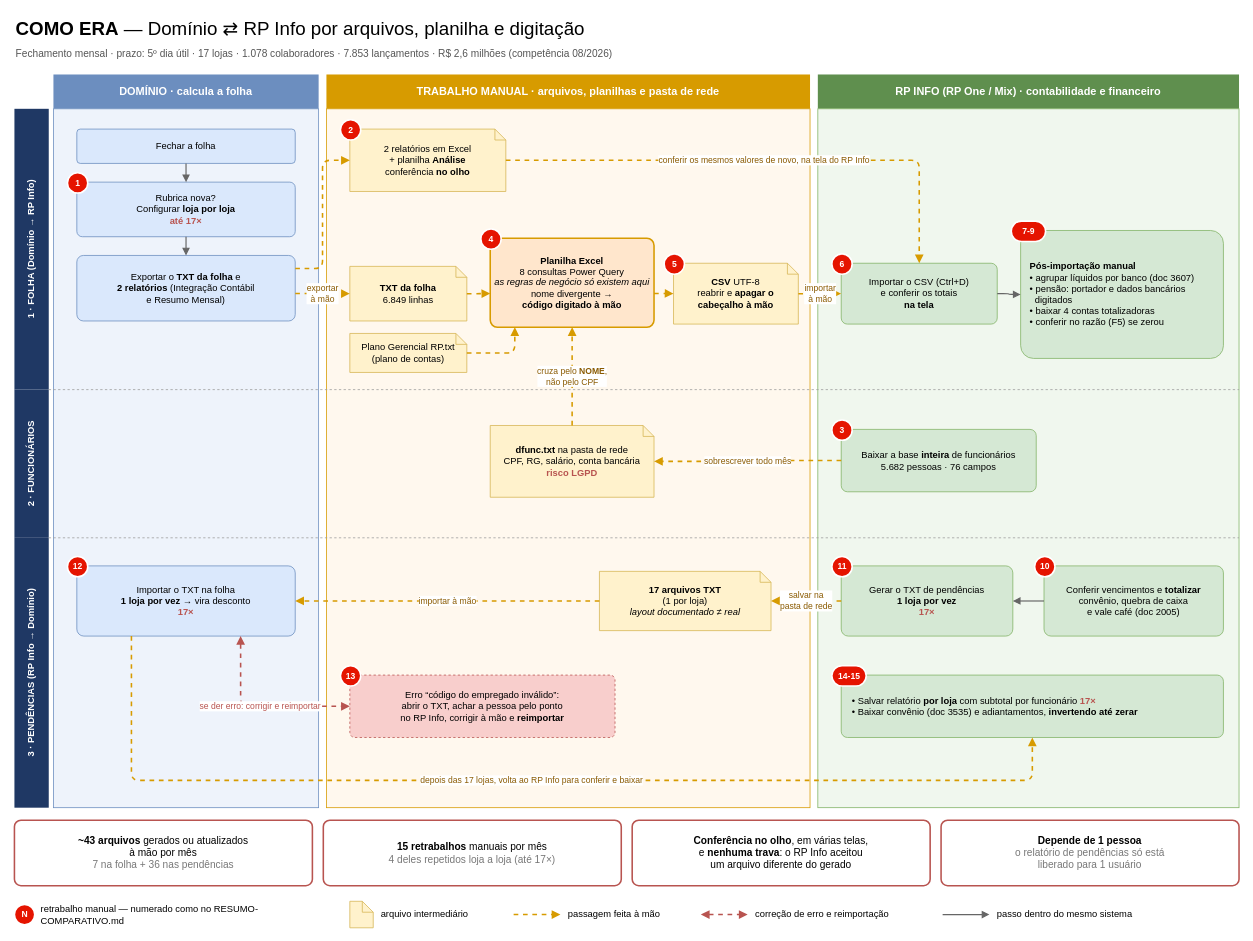
Above: 6-Desenho Final/COMO_ERA.drawio in MathGonc/Nunes (draw.io), before the change. Source tidied: cells renumbered, new cells numbered last; positions are measured from the earlier drawing's top-left corner, leaving out a move shared by most shapes. Both pictures are drawn from the tidied source at 78%, with x=0, y=0 at pixel (14, 13).
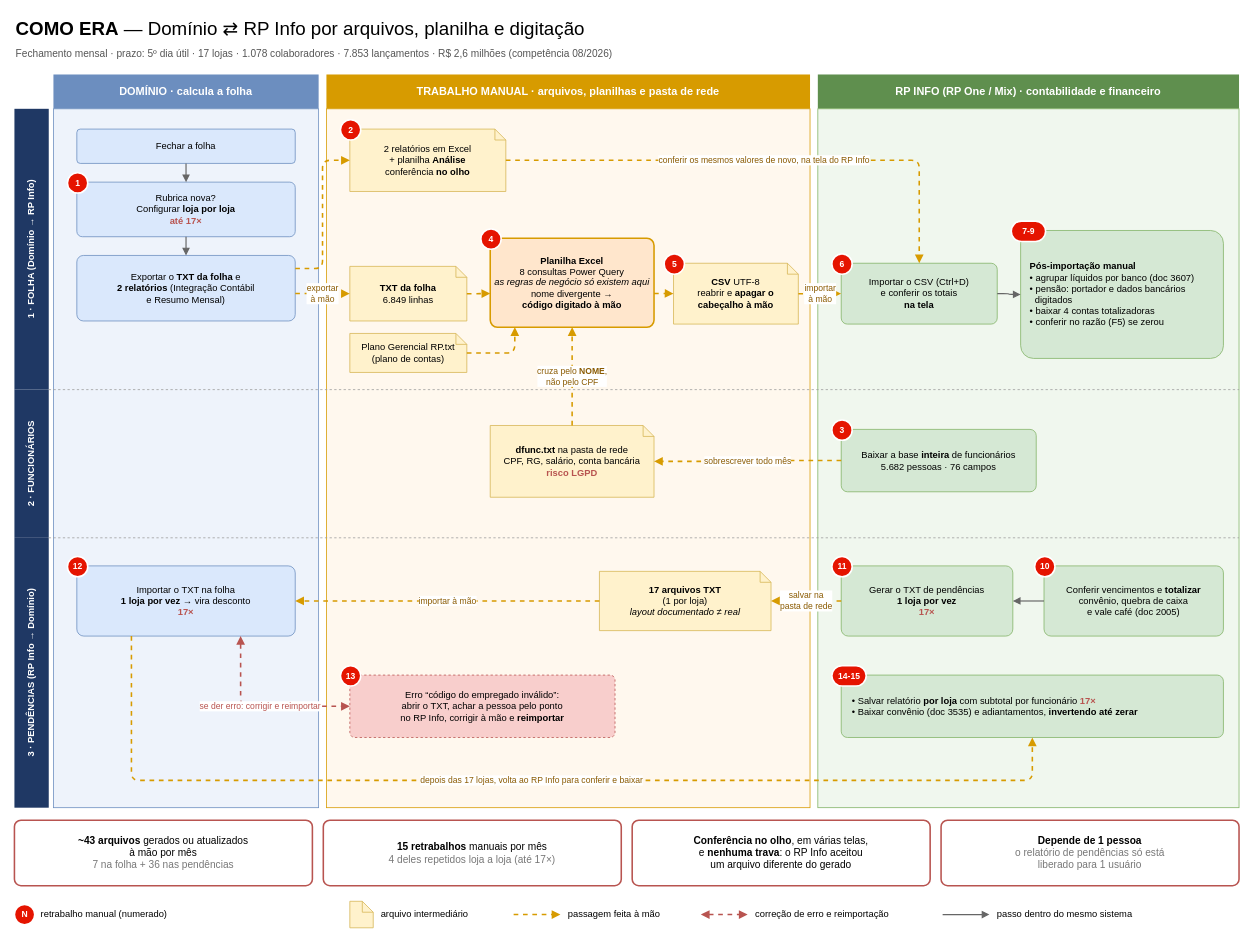
The same diagram, later.

The edit, as a diff of the source:
```diff
@@
-    <mxCell id="67" value="retrabalho manual — numerado como no RESUMO-COMPARATIVO.md" style="text;html=1;align=left;verticalAlign=middle;strokeColor=none;fillColor=none;fontSize=12;whiteSpace=wrap;" parent="1" vertex="1">
+    <mxCell id="67" value="retrabalho manual (numerado)" style="text;html=1;align=left;verticalAlign=middle;strokeColor=none;fillColor=none;fontSize=12;whiteSpace=wrap;" parent="1" vertex="1">
       <mxGeometry x="32" y="1138" width="380" height="34" as="geometry" />
     </mxCell>
```
